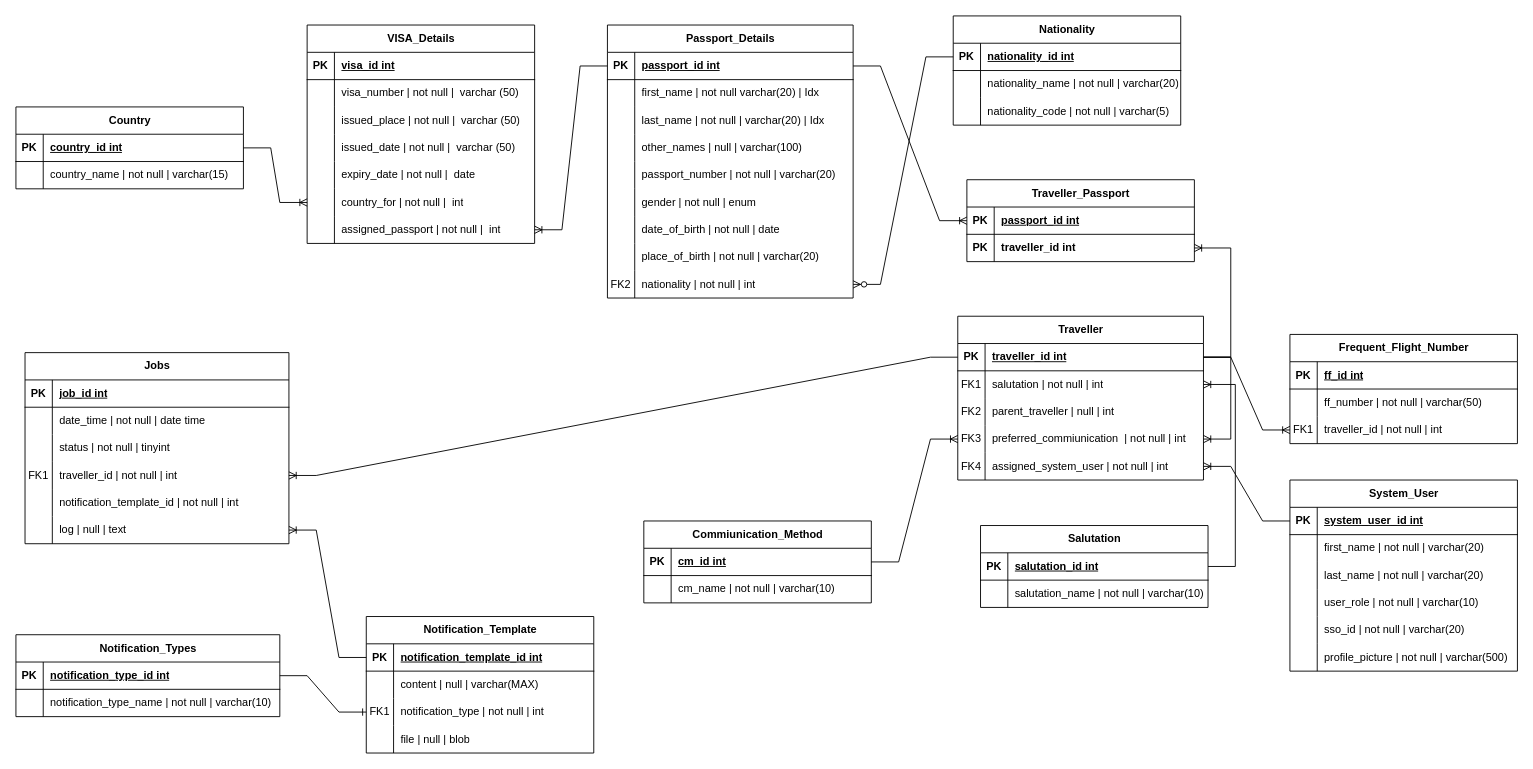
Earlier version of the draw.io diagram docs/Diagrams/ER2.drawio (sanuja-ariyapperuma/SkyVault-Backend). Source tidied: cells renumbered, new cells numbered last; positions are measured from the earlier drawing's top-left corner, leaving out a move shared by most shapes. Both pictures are drawn from the tidied source at 91%, with x=0, y=0 at pixel (15, 15).
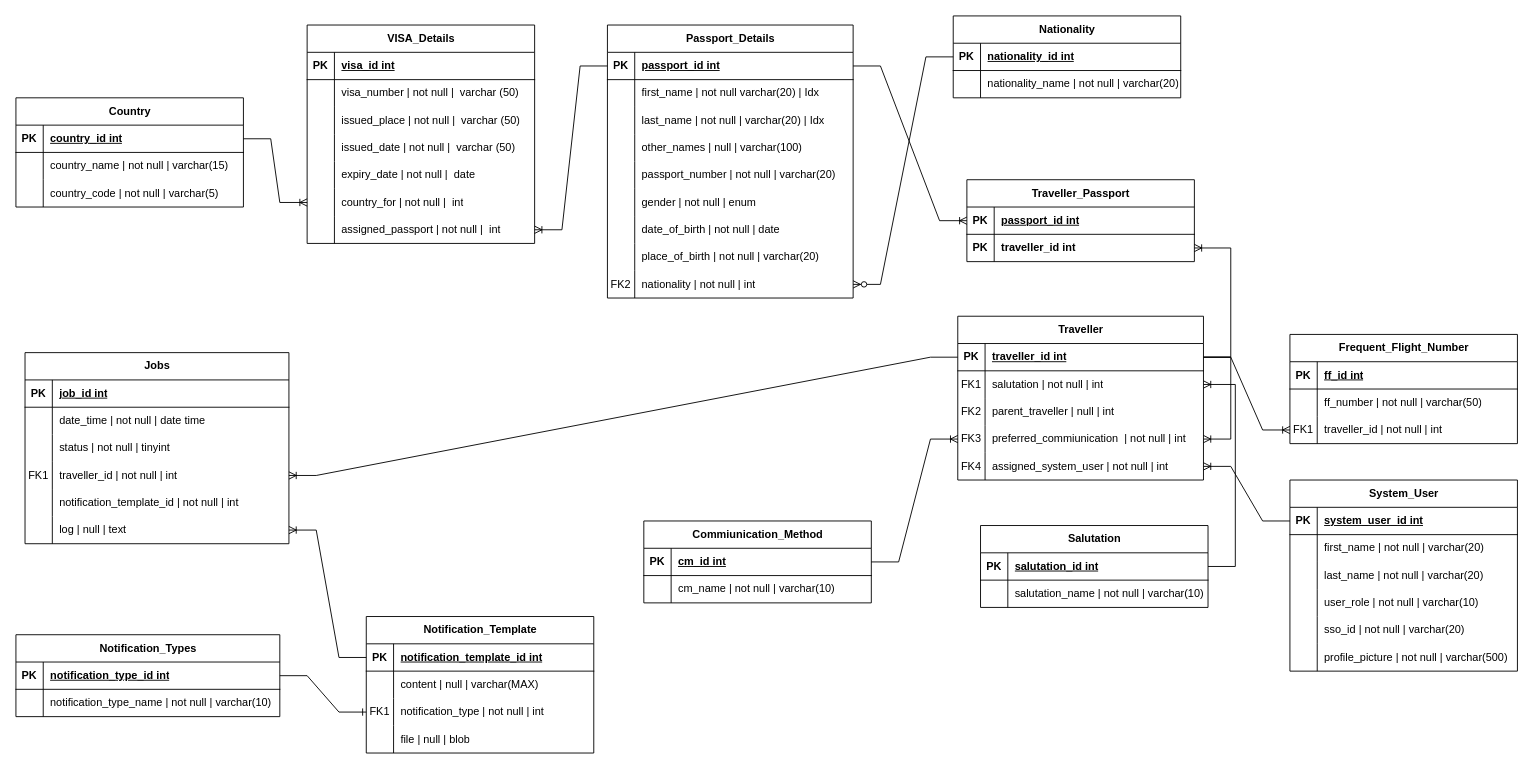
The same diagram, later.

Commit message:
National ID removed and Country ID added

Change to the diagram source:
```diff
@@
     <mxCell id="26" value="Nationality" style="shape=table;startSize=30;childLayout=tableLayout;rowLines=0;fontStyle=1;align=center;html=1;" parent="1" vertex="1">
-      <mxGeometry x="1030" width="250" height="120" as="geometry" />
+      <mxGeometry x="1030" width="250" height="90" as="geometry" />
     </mxCell>
@@
-    <mxCell id="33" style="shape=tableRow;horizontal=0;startSize=0;swimlaneHead=0;swimlaneBody=0;fillColor=none;top=0;left=0;right=0;bottom=0;" parent="26" vertex="1">
-      <mxGeometry y="90" width="250" height="30" as="geometry" />
-    </mxCell>
-    <mxCell id="34" style="shape=partialRectangle;fillColor=none;top=0;left=0;bottom=0;right=0;overflow=hidden;whiteSpace=wrap;html=1;" parent="33" vertex="1">
-      <mxGeometry width="30" height="30" as="geometry" />
-    </mxCell>
-    <mxCell id="35" value="nationality_code | not null | varchar(5)" style="shape=partialRectangle;fillColor=none;top=0;left=0;bottom=0;right=0;align=left;spacingLeft=6;overflow=hidden;whiteSpace=wrap;html=1;" parent="33" vertex="1">
-      <mxGeometry x="30" width="220" height="30" as="geometry" />
-    </mxCell>
@@
     <mxCell id="116" value="Country" style="shape=table;startSize=30;childLayout=tableLayout;rowLines=0;fontStyle=1;align=center;html=1;" parent="1" vertex="1">
-      <mxGeometry y="100" width="250" height="90" as="geometry" />
+      <mxGeometry y="90" width="250" height="120" as="geometry" />
     </mxCell>
@@
+    <mxCell id="187" style="shape=tableRow;horizontal=0;startSize=0;swimlaneHead=0;swimlaneBody=0;fillColor=none;top=0;left=0;right=0;bottom=0;" parent="116" vertex="1">
+      <mxGeometry y="60" width="250" height="30" as="geometry" />
+    </mxCell>
+    <mxCell id="34" style="shape=partialRectangle;fillColor=none;top=0;left=0;bottom=0;right=0;overflow=hidden;whiteSpace=wrap;html=1;" parent="187" vertex="1">
+      <mxGeometry width="30" height="30" as="geometry" />
+    </mxCell>
+    <mxCell id="188" value="country_name | not null | varchar(15)" style="shape=partialRectangle;fillColor=none;top=0;left=0;bottom=0;right=0;align=left;spacingLeft=6;overflow=hidden;whiteSpace=wrap;html=1;" parent="187" vertex="1">
+      <mxGeometry x="30" width="220" height="30" as="geometry" />
+    </mxCell>
     <mxCell id="120" style="shape=tableRow;horizontal=0;startSize=0;swimlaneHead=0;swimlaneBody=0;fillColor=none;top=0;left=0;right=0;bottom=0;" parent="116" vertex="1">
-      <mxGeometry y="60" width="250" height="30" as="geometry" />
+      <mxGeometry y="90" width="250" height="30" as="geometry" />
     </mxCell>
@@
-    <mxCell id="122" value="country_name | not null | varchar(15)" style="shape=partialRectangle;fillColor=none;top=0;left=0;bottom=0;right=0;align=left;spacingLeft=6;overflow=hidden;whiteSpace=wrap;html=1;" parent="120" vertex="1">
+    <mxCell id="122" value="country_code | not null | varchar(5)" style="shape=partialRectangle;fillColor=none;top=0;left=0;bottom=0;right=0;align=left;spacingLeft=6;overflow=hidden;whiteSpace=wrap;html=1;" parent="120" vertex="1">
       <mxGeometry x="30" width="220" height="30" as="geometry" />
     </mxCell>
```
